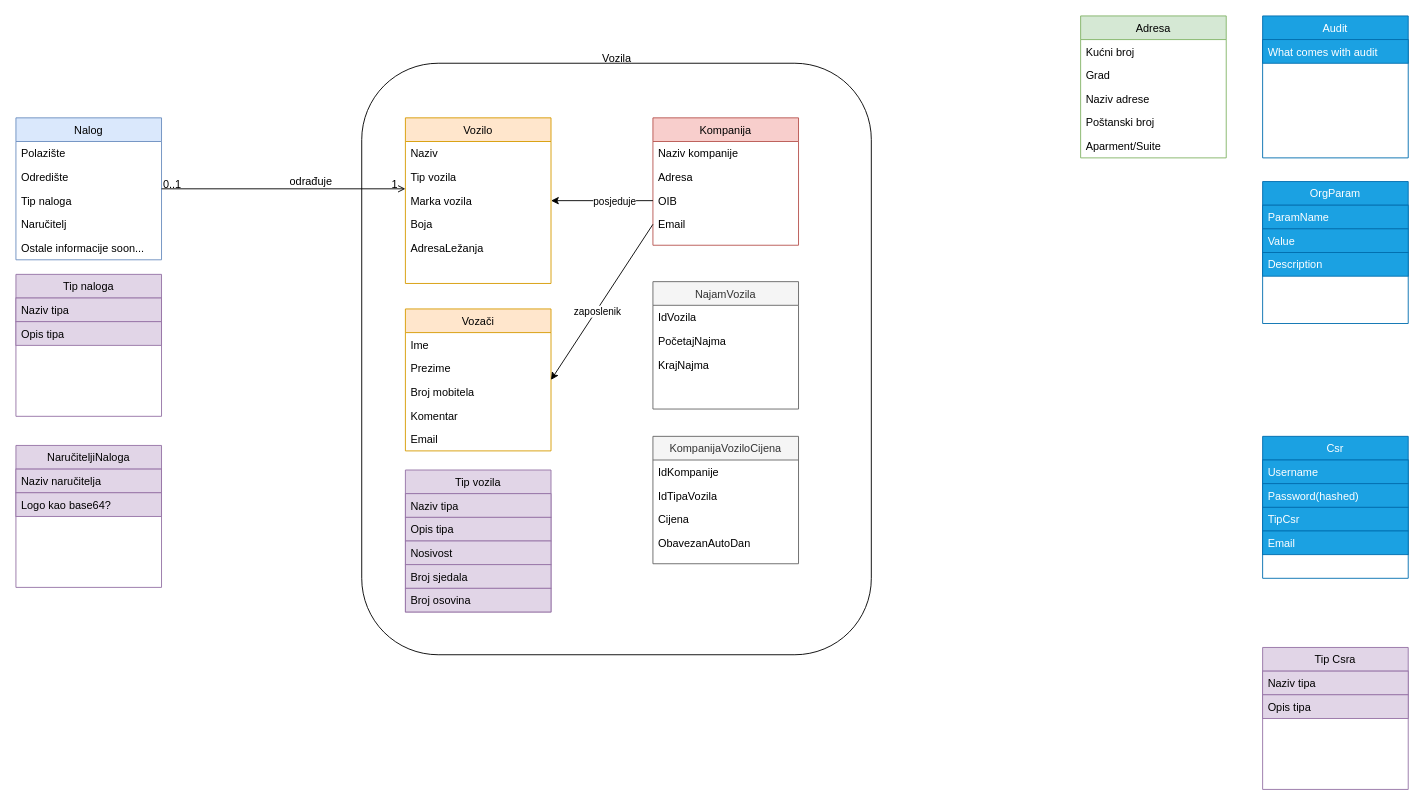
FilipMilicevic/DigitalniGrafikon keeps this draw.io diagram as DigitalniGragikonDatabaseSceme.drawio. Above is the earlier version. Source tidied: cells renumbered, new cells numbered last; positions are measured from the earlier drawing's top-left corner, leaving out a move shared by most shapes. Both pictures are drawn from the tidied source at 91%, with x=0, y=0 at pixel (15, 15).
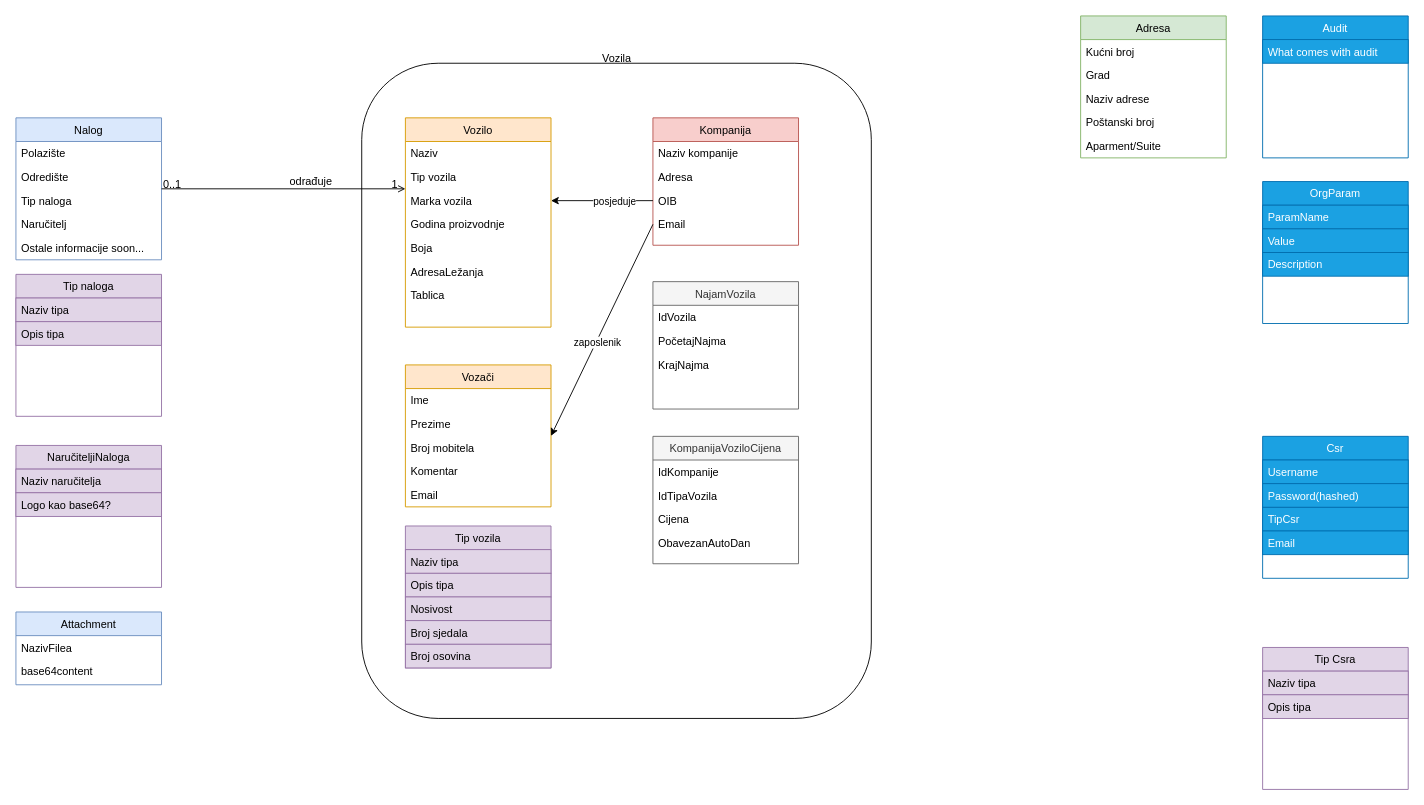
The same page after the edit.

Change to the diagram source:
```diff
@@
     <mxCell id="2" style="rounded=1;whiteSpace=wrap;html=1;fillColor=none;" parent="1" vertex="1">
-      <mxGeometry x="380" y="52" width="560" height="650" as="geometry" />
+      <mxGeometry x="380" y="52" width="560" height="720" as="geometry" />
     </mxCell>
@@
     <mxCell id="9" value="Vozilo" style="swimlane;fontStyle=0;align=center;verticalAlign=top;horizontal=1;startSize=26;rounded=0;shadow=0;strokeWidth=1;fillColor=#ffe6cc;strokeColor=#d79b00;" parent="1" vertex="1">
-      <mxGeometry x="428" y="112" width="160" height="182" as="geometry" />
+      <mxGeometry x="428" y="112" width="160" height="230" as="geometry" />
     </mxCell>
@@
+    <mxCell id="76" value="Godina proizvodnje" style="text;align=left;verticalAlign=top;spacingLeft=4;spacingRight=4;overflow=hidden;rounded=0;shadow=0;html=0;" parent="9" vertex="1">
+      <mxGeometry y="104" width="160" height="26" as="geometry" />
+    </mxCell>
     <mxCell id="13" value="Boja" style="text;align=left;verticalAlign=top;spacingLeft=4;spacingRight=4;overflow=hidden;rounded=0;shadow=0;html=0;" parent="9" vertex="1">
-      <mxGeometry y="104" width="160" height="26" as="geometry" />
+      <mxGeometry y="130" width="160" height="26" as="geometry" />
     </mxCell>
     <mxCell id="14" value="AdresaLežanja" style="text;align=left;verticalAlign=top;spacingLeft=4;spacingRight=4;overflow=hidden;rounded=0;shadow=0;html=0;" parent="9" vertex="1">
-      <mxGeometry y="130" width="160" height="26" as="geometry" />
+      <mxGeometry y="156" width="160" height="26" as="geometry" />
     </mxCell>
+    <mxCell id="77" value="Tablica" style="text;align=left;verticalAlign=top;spacingLeft=4;spacingRight=4;overflow=hidden;rounded=0;shadow=0;html=0;" parent="9" vertex="1">
+      <mxGeometry y="182" width="160" height="26" as="geometry" />
+    </mxCell>
@@
     <mxCell id="26" value="Vozači" style="swimlane;fontStyle=0;align=center;verticalAlign=top;horizontal=1;startSize=26;rounded=0;shadow=0;strokeWidth=1;fillColor=#ffe6cc;strokeColor=#d79b00;" parent="1" vertex="1">
-      <mxGeometry x="428" y="322" width="160" height="156" as="geometry" />
+      <mxGeometry x="428" y="383.5" width="160" height="156" as="geometry" />
     </mxCell>
@@
     <mxCell id="51" value="Tip vozila" style="swimlane;fontStyle=0;align=center;verticalAlign=top;horizontal=1;startSize=26;rounded=0;shadow=0;strokeWidth=1;fillColor=#e1d5e7;strokeColor=#9673a6;" parent="1" vertex="1">
-      <mxGeometry x="428" y="499" width="160" height="156" as="geometry" />
+      <mxGeometry x="428" y="560.5" width="160" height="156" as="geometry" />
     </mxCell>
@@
+    <mxCell id="78" value="Attachment" style="swimlane;fontStyle=0;align=center;verticalAlign=top;horizontal=1;startSize=26;rounded=0;shadow=0;strokeWidth=1;fillColor=#dae8fc;strokeColor=#6c8ebf;" parent="1" vertex="1">
+      <mxGeometry y="655" width="160" height="80" as="geometry" />
+    </mxCell>
+    <mxCell id="79" value="NazivFilea" style="text;align=left;verticalAlign=top;spacingLeft=4;spacingRight=4;overflow=hidden;" parent="78" vertex="1">
+      <mxGeometry y="26" width="160" height="26" as="geometry" />
+    </mxCell>
+    <mxCell id="80" value="base64content" style="text;align=left;verticalAlign=top;spacingLeft=4;spacingRight=4;overflow=hidden;rounded=0;shadow=0;html=0;" parent="78" vertex="1">
+      <mxGeometry y="52" width="160" height="26" as="geometry" />
+    </mxCell>
```
